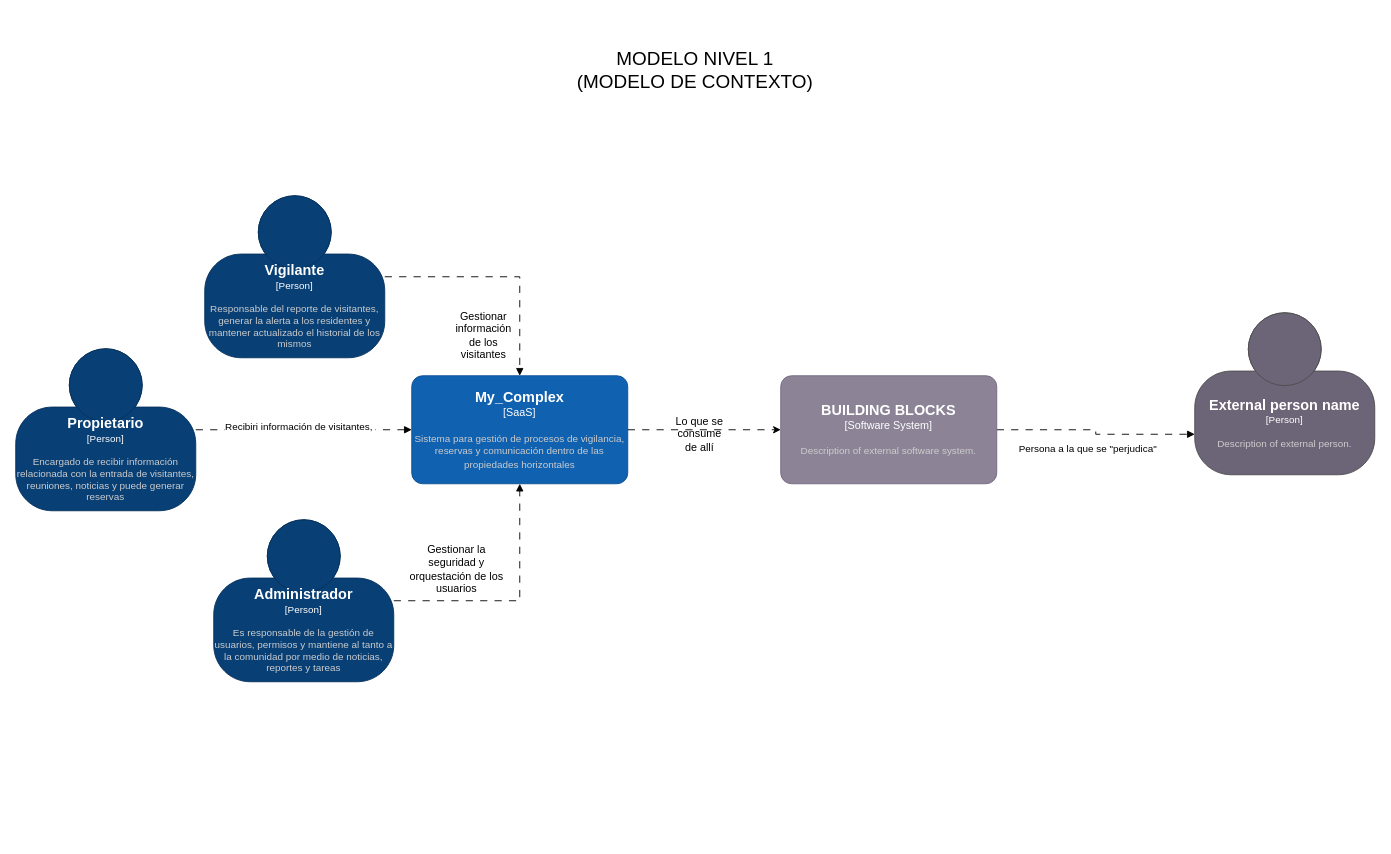
Earlier version of the draw.io diagram Modelo_de_contexto.drawio (3st3b4nR/Documentacion_My_Complex). Source tidied: cells renumbered, new cells numbered last; positions are measured from the earlier drawing's top-left corner, leaving out a move shared by most shapes. Both pictures are drawn from the tidied source at 90%, with x=0, y=0 at pixel (15, 15).
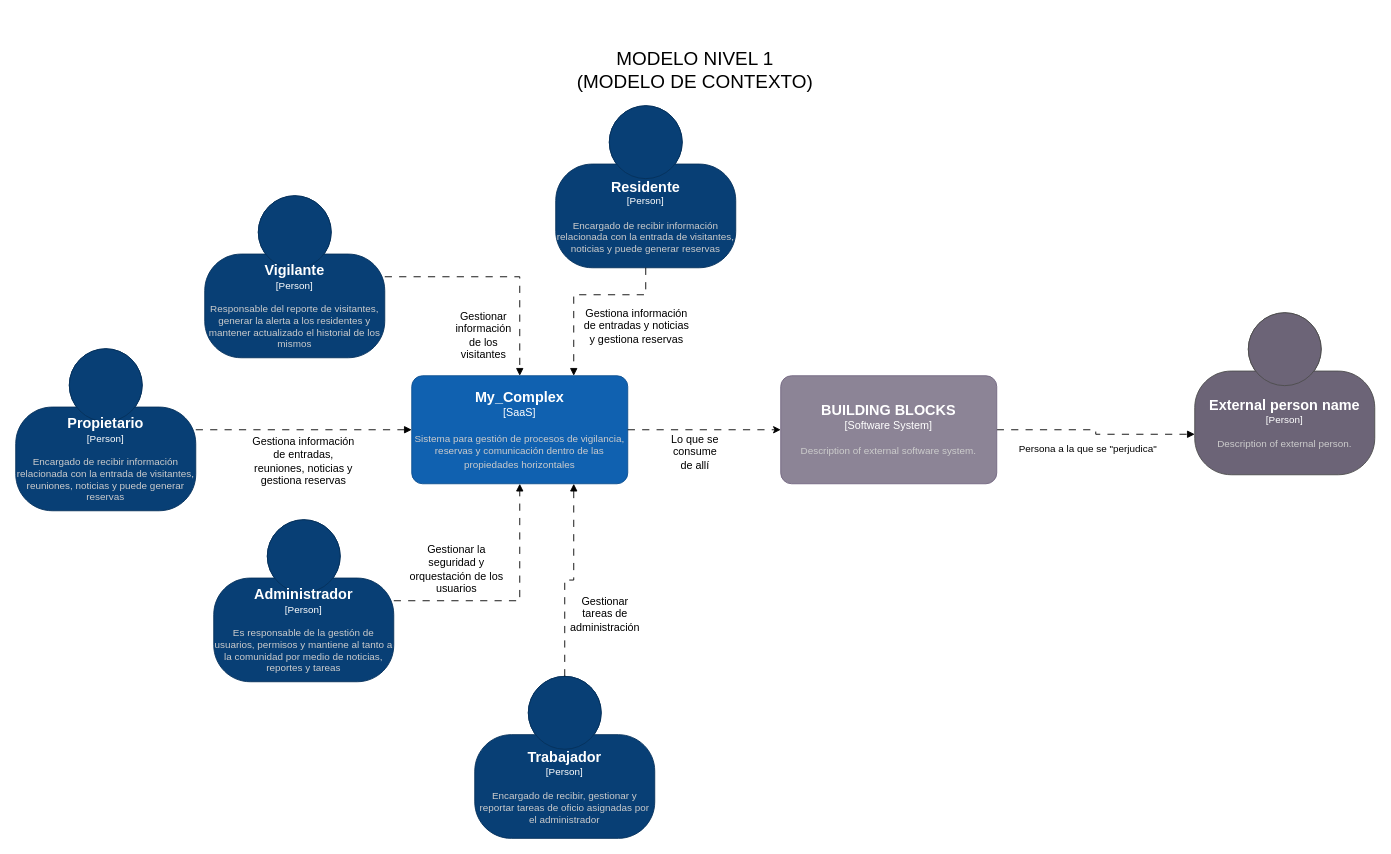
After the change.

Commit message:
Roles agregados

Unchanged cells that the change refers to:
```xml
<object id="2" label="&lt;font style=&quot;font-size: 16px&quot;&gt;&lt;b&gt;%c4Name%&lt;/b&gt;&lt;/font&gt;&lt;div&gt;[%c4Type%]&lt;/div&gt;&lt;br&gt;&lt;div&gt;&lt;font style=&quot;font-size: 11px&quot;&gt;&lt;font color=&quot;#cccccc&quot;&gt;%c4Description%&lt;/font&gt;&lt;/div&gt;" c4Description="Sistema para gestión de procesos de vigilancia, reservas y comunicación dentro de las propiedades horizontales" c4Name="My_Complex" c4Type="SaaS" placeholders="1">
  <mxCell style="rounded=1;whiteSpace=wrap;html=1;labelBackgroundColor=none;fillColor=#1061B0;fontColor=#ffffff;align=center;arcSize=10;strokeColor=#0D5091;points=[[0.25,0,0],[0.5,0,0],[0.75,0,0],[1,0.25,0],[1,0.5,0],[1,0.75,0],[0.75,1,0],[0.5,1,0],[0.25,1,0],[0,0.75,0],[0,0.5,0],[0,0.25,0]];" parent="1" vertex="1">
    <mxGeometry x="440" y="400" width="240" height="120" as="geometry" />
  </mxCell>
</object>
<mxCell id="17" style="edgeStyle=orthogonalEdgeStyle;rounded=0;jettySize=auto;html=1;entryX=0;entryY=0.5;entryDx=0;entryDy=0;entryPerimeter=0;dashed=1;dashPattern=8 8;endArrow=block;endFill=1;" parent="1" edge="1" source="16" target="2">
  <mxGeometry relative="1" as="geometry" />
</mxCell>
```

Diff of the diagram source:
```diff
@@
     <mxCell id="13" value="Lo que se consume de allí" style="text;html=1;whiteSpace=wrap;strokeColor=none;fillColor=none;align=center;verticalAlign=middle;rounded=0;" parent="1" vertex="1">
-      <mxGeometry x="730" y="450" width="60" height="30" as="geometry" />
+      <mxGeometry x="725" y="470" width="60" height="30" as="geometry" />
     </mxCell>
@@
-    <mxCell id="18" value="Recibiri información de visitantes,&amp;nbsp;" style="edgeLabel;html=1;align=center;verticalAlign=middle;" parent="17" vertex="1">
-      <mxGeometry x="-0.04" y="4" relative="1" as="geometry" />
-    </mxCell>
+    <mxCell id="19" value="Gestiona información de entradas, reuniones, noticias y gestiona reservas" style="text;html=1;whiteSpace=wrap;strokeColor=none;fillColor=none;align=center;verticalAlign=middle;rounded=0;" parent="1" vertex="1">
+      <mxGeometry x="260" y="460" width="120" height="70" as="geometry" />
+    </mxCell>
+    <object id="20" label="&lt;font style=&quot;font-size: 16px&quot;&gt;&lt;b&gt;%c4Name%&lt;/b&gt;&lt;/font&gt;&lt;div&gt;[%c4Type%]&lt;/div&gt;&lt;br&gt;&lt;div&gt;&lt;font style=&quot;font-size: 11px&quot;&gt;&lt;font color=&quot;#cccccc&quot;&gt;%c4Description%&lt;/font&gt;&lt;/div&gt;" c4Description="Encargado de recibir información relacionada con la entrada de visitantes, noticias y puede generar reservas" c4Name="Residente" c4Type="Person" placeholders="1">
+      <mxCell style="html=1;fontSize=11;dashed=0;whiteSpace=wrap;fillColor=#083F75;strokeColor=#06315C;fontColor=#ffffff;shape=mxgraph.c4.person2;align=center;points=[[0.5,0,0],[1,0.5,0],[1,0.75,0],[0.75,1,0],[0.5,1,0],[0.25,1,0],[0,0.75,0],[0,0.5,0]];" parent="1" vertex="1">
+        <mxGeometry x="600" y="100" width="200" height="180" as="geometry" />
+      </mxCell>
+    </object>
+    <mxCell id="21" style="edgeStyle=orthogonalEdgeStyle;rounded=0;jettySize=auto;html=1;entryX=0.75;entryY=0;entryDx=0;entryDy=0;entryPerimeter=0;dashed=1;dashPattern=8 8;endArrow=block;endFill=1;" parent="1" edge="1" source="20" target="2">
+      <mxGeometry relative="1" as="geometry">
+        <Array as="points">
+          <mxPoint x="700" y="310" />
+          <mxPoint x="620" y="310" />
+        </Array>
+      </mxGeometry>
+    </mxCell>
+    <mxCell id="22" value="Gestiona información de entradas y noticias y gestiona reservas" style="text;html=1;whiteSpace=wrap;strokeColor=none;fillColor=none;align=center;verticalAlign=middle;rounded=0;" parent="1" vertex="1">
+      <mxGeometry x="630" y="330" width="120" height="30" as="geometry" />
+    </mxCell>
+    <object id="23" label="&lt;font style=&quot;font-size: 16px&quot;&gt;&lt;b&gt;%c4Name%&lt;/b&gt;&lt;/font&gt;&lt;div&gt;[%c4Type%]&lt;/div&gt;&lt;br&gt;&lt;div&gt;&lt;font style=&quot;font-size: 11px&quot;&gt;&lt;font color=&quot;#cccccc&quot;&gt;%c4Description%&lt;/font&gt;&lt;/div&gt;" c4Description="Encargado de recibir, gestionar y reportar tareas de oficio asignadas por el administrador" c4Name="Trabajador" c4Type="Person" placeholders="1">
+      <mxCell style="html=1;fontSize=11;dashed=0;whiteSpace=wrap;fillColor=#083F75;strokeColor=#06315C;fontColor=#ffffff;shape=mxgraph.c4.person2;align=center;points=[[0.5,0,0],[1,0.5,0],[1,0.75,0],[0.75,1,0],[0.5,1,0],[0.25,1,0],[0,0.75,0],[0,0.5,0]];" parent="1" vertex="1">
+        <mxGeometry x="510" y="734" width="200" height="180" as="geometry" />
+      </mxCell>
+    </object>
+    <mxCell id="24" style="edgeStyle=orthogonalEdgeStyle;rounded=0;jettySize=auto;html=1;entryX=0.75;entryY=1;entryDx=0;entryDy=0;entryPerimeter=0;dashed=1;dashPattern=8 8;endArrow=block;endFill=1;" parent="1" edge="1" source="23" target="2">
+      <mxGeometry relative="1" as="geometry" />
+    </mxCell>
+    <mxCell id="25" value="Gestionar tareas de administración" style="text;html=1;whiteSpace=wrap;strokeColor=none;fillColor=none;align=center;verticalAlign=middle;rounded=0;" parent="1" vertex="1">
+      <mxGeometry x="610" y="640" width="90" height="50" as="geometry" />
+    </mxCell>
```
